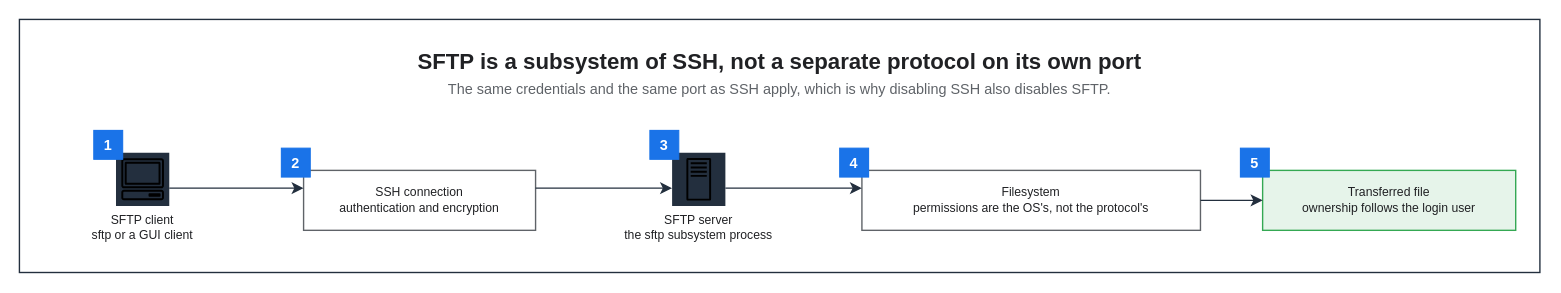
The draw.io diagram assets/img/linux/sftp-file-transfer-flow.drawio in KKamJi98/kkamji98.github.io, before the edit. Source tidied: cells renumbered, new cells numbered last; positions are measured from the earlier drawing's top-left corner, leaving out a move shared by most shapes. Both pictures are drawn from the tidied source at 111%, with x=0, y=0 at pixel (19, 19).
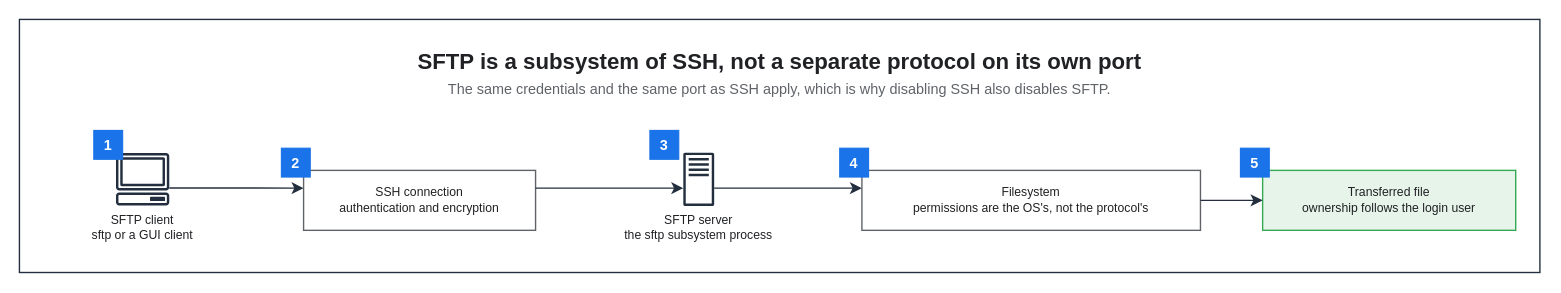
Above is the later version.

What changed in the source:
```diff
@@
 <mxGraphModel background="#FFFFFF">
   <root>
     <mxCell id="0" />
     <mxCell id="1" parent="0" />
     <mxCell id="2" style="rounded=0;html=0;fillColor=none;strokeColor=#232F3E;fontColor=#202124;strokeWidth=1.25;" parent="1" vertex="1">
       <mxGeometry width="1369.8" height="228" as="geometry" />
     </mxCell>
     <mxCell id="3" value="SFTP is a subsystem of SSH, not a separate protocol on its own port" style="text;html=0;whiteSpace=wrap;fillColor=none;strokeColor=none;fontColor=#202124;fontSize=20;fontStyle=1;align=center;verticalAlign=middle;" parent="1" vertex="1">
       <mxGeometry x="22" y="22" width="1325.8" height="30" as="geometry" />
     </mxCell>
     <mxCell id="4" value="The same credentials and the same port as SSH apply, which is why disabling SSH also disables SFTP." style="text;html=0;whiteSpace=wrap;fillColor=none;strokeColor=none;fontColor=#5F6368;fontSize=13;fontStyle=0;align=center;verticalAlign=middle;" parent="1" vertex="1">
       <mxGeometry x="22" y="52" width="1325.8" height="22" as="geometry" />
     </mxCell>
-    <mxCell id="5" value="SFTP client&#10;sftp or a GUI client" style="sketch=0;outlineConnect=0;gradientColor=none;html=0;whiteSpace=nowrap;fontSize=11;fontStyle=0;fontColor=#202124;verticalLabelPosition=bottom;verticalAlign=top;align=center;labelBackgroundColor=none;fillColor=#232F3E;strokeColor=none;dashed=0;shape=mxgraph.aws4.resourceIcon;resIcon=mxgraph.aws4.client;" parent="1" vertex="1">
+    <mxCell id="5" value="SFTP client&#10;sftp or a GUI client" style="sketch=0;outlineConnect=0;gradientColor=none;html=0;whiteSpace=nowrap;fontSize=11;fontStyle=0;fontColor=#202124;verticalLabelPosition=bottom;verticalAlign=top;align=center;labelBackgroundColor=none;fillColor=#232F3E;strokeColor=none;dashed=0;shape=mxgraph.aws4.client;" parent="1" vertex="1">
       <mxGeometry x="87" y="120" width="48" height="48" as="geometry" />
     </mxCell>
     <mxCell id="6" value="SSH connection&#10;authentication and encryption" style="rounded=0;whiteSpace=wrap;html=0;fillColor=#FFFFFF;strokeColor=#5F6368;fontColor=#202124;fontSize=11;fontStyle=0;align=center;verticalAlign=middle;spacingLeft=6;spacingRight=6;strokeWidth=1.25;" parent="1" vertex="1">
       <mxGeometry x="256" y="136" width="209" height="54" as="geometry" />
     </mxCell>
-    <mxCell id="7" value="SFTP server&#10;the sftp subsystem process" style="sketch=0;outlineConnect=0;gradientColor=none;html=0;whiteSpace=nowrap;fontSize=11;fontStyle=0;fontColor=#202124;verticalLabelPosition=bottom;verticalAlign=top;align=center;labelBackgroundColor=none;fillColor=#232F3E;strokeColor=none;dashed=0;shape=mxgraph.aws4.resourceIcon;resIcon=mxgraph.aws4.traditional_server;" parent="1" vertex="1">
+    <mxCell id="7" value="SFTP server&#10;the sftp subsystem process" style="sketch=0;outlineConnect=0;gradientColor=none;html=0;whiteSpace=nowrap;fontSize=11;fontStyle=0;fontColor=#202124;verticalLabelPosition=bottom;verticalAlign=top;align=center;labelBackgroundColor=none;fillColor=#232F3E;strokeColor=none;dashed=0;shape=mxgraph.aws4.traditional_server;" parent="1" vertex="1">
       <mxGeometry x="588" y="120" width="48" height="48" as="geometry" />
     </mxCell>
     <mxCell id="8" value="Filesystem&#10;permissions are the OS's, not the protocol's" style="rounded=0;whiteSpace=wrap;html=0;fillColor=#FFFFFF;strokeColor=#5F6368;fontColor=#202124;fontSize=11;fontStyle=0;align=center;verticalAlign=middle;spacingLeft=6;spacingRight=6;strokeWidth=1.25;" parent="1" vertex="1">
       <mxGeometry x="759" y="136" width="305" height="54" as="geometry" />
     </mxCell>
     <mxCell id="9" value="Transferred file&#10;ownership follows the login user" style="rounded=0;whiteSpace=wrap;html=0;fillColor=#E6F4EA;strokeColor=#34A853;fontColor=#202124;fontSize=11;fontStyle=0;align=center;verticalAlign=middle;spacingLeft=6;spacingRight=6;strokeWidth=1.25;" parent="1" vertex="1">
       <mxGeometry x="1120" y="136" width="228" height="54" as="geometry" />
     </mxCell>
     <mxCell id="10" value="1" style="rounded=0;whiteSpace=wrap;html=0;fillColor=#1A73E8;strokeColor=#1A73E8;fontColor=#FFFFFF;fontSize=13;fontStyle=1;align=center;verticalAlign=middle;" parent="1" vertex="1">
       <mxGeometry x="67" y="100" width="26" height="26" as="geometry" />
     </mxCell>
     <mxCell id="11" value="2" style="rounded=0;whiteSpace=wrap;html=0;fillColor=#1A73E8;strokeColor=#1A73E8;fontColor=#FFFFFF;fontSize=13;fontStyle=1;align=center;verticalAlign=middle;" parent="1" vertex="1">
       <mxGeometry x="236" y="116" width="26" height="26" as="geometry" />
     </mxCell>
     <mxCell id="12" value="3" style="rounded=0;whiteSpace=wrap;html=0;fillColor=#1A73E8;strokeColor=#1A73E8;fontColor=#FFFFFF;fontSize=13;fontStyle=1;align=center;verticalAlign=middle;" parent="1" vertex="1">
       <mxGeometry x="568" y="100" width="26" height="26" as="geometry" />
     </mxCell>
     <mxCell id="13" value="4" style="rounded=0;whiteSpace=wrap;html=0;fillColor=#1A73E8;strokeColor=#1A73E8;fontColor=#FFFFFF;fontSize=13;fontStyle=1;align=center;verticalAlign=middle;" parent="1" vertex="1">
       <mxGeometry x="739" y="116" width="26" height="26" as="geometry" />
     </mxCell>
     <mxCell id="14" value="5" style="rounded=0;whiteSpace=wrap;html=0;fillColor=#1A73E8;strokeColor=#1A73E8;fontColor=#FFFFFF;fontSize=13;fontStyle=1;align=center;verticalAlign=middle;" parent="1" vertex="1">
       <mxGeometry x="1100" y="116" width="26" height="26" as="geometry" />
     </mxCell>
     <mxCell id="15" style="edgeStyle=orthogonalEdgeStyle;rounded=0;html=0;strokeColor=#232F3E;strokeWidth=1.25;endArrow=classic;endFill=1;endSize=7;fontSize=11;fontColor=#202124;labelBackgroundColor=none;jettySize=14;exitX=1;exitY=0.6667;entryX=0;entryY=0.2963;exitDx=0;exitDy=0;entryDx=0;entryDy=0;" parent="1" edge="1" source="5" target="6">
       <mxGeometry relative="1" as="geometry" />
     </mxCell>
     <mxCell id="16" style="edgeStyle=orthogonalEdgeStyle;rounded=0;html=0;strokeColor=#232F3E;strokeWidth=1.25;endArrow=classic;endFill=1;endSize=7;fontSize=11;fontColor=#202124;labelBackgroundColor=none;jettySize=14;exitX=1;exitY=0.2963;entryX=0;entryY=0.6667;exitDx=0;exitDy=0;entryDx=0;entryDy=0;" parent="1" edge="1" source="6" target="7">
       <mxGeometry relative="1" as="geometry" />
     </mxCell>
     <mxCell id="17" style="edgeStyle=orthogonalEdgeStyle;rounded=0;html=0;strokeColor=#232F3E;strokeWidth=1.25;endArrow=classic;endFill=1;endSize=7;fontSize=11;fontColor=#202124;labelBackgroundColor=none;jettySize=14;exitX=1;exitY=0.6667;entryX=0;entryY=0.2963;exitDx=0;exitDy=0;entryDx=0;entryDy=0;" parent="1" edge="1" source="7" target="8">
       <mxGeometry relative="1" as="geometry" />
     </mxCell>
     <mxCell id="18" style="edgeStyle=orthogonalEdgeStyle;rounded=0;html=0;strokeColor=#232F3E;strokeWidth=1.25;endArrow=classic;endFill=1;endSize=7;fontSize=11;fontColor=#202124;labelBackgroundColor=none;jettySize=14;exitX=1;exitY=0.5;entryX=0;entryY=0.5;exitDx=0;exitDy=0;entryDx=0;entryDy=0;" parent="1" edge="1" source="8" target="9">
       <mxGeometry relative="1" as="geometry" />
     </mxCell>
   </root>
 </mxGraphModel>
```
